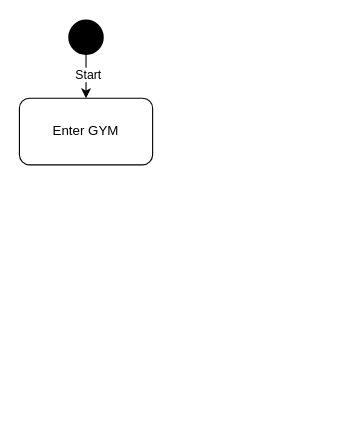
venomxsudo/FCMS keeps this draw.io diagram as FCMS_state_diagram.drawio. Above is the earlier version. Source tidied: cells renumbered, new cells numbered last; positions are measured from the earlier drawing's top-left corner, leaving out a move shared by most shapes. Both pictures are drawn from the tidied source at 111%, with x=0, y=0 at pixel (19, 20).
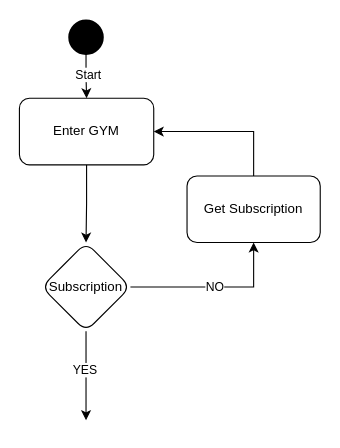
Above is the later version.

What changed in the source:
```diff
@@
 <mxGraphModel>
   <root>
     <mxCell id="0" />
     <mxCell id="1" parent="0" />
+    <mxCell id="6" style="edgeStyle=orthogonalEdgeStyle;rounded=0;jettySize=auto;html=1;" parent="1" edge="1" source="2" target="11">
+      <mxGeometry relative="1" as="geometry" />
+    </mxCell>
     <mxCell id="2" value="Enter GYM" style="rounded=1;whiteSpace=wrap;html=1;" parent="1" vertex="1">
-      <mxGeometry y="70" width="120" height="60" as="geometry" />
+      <mxGeometry y="70" width="121" height="60" as="geometry" />
     </mxCell>
     <mxCell id="3" style="edgeStyle=orthogonalEdgeStyle;rounded=0;jettySize=auto;html=1;exitX=0.5;exitY=1;exitDx=0;exitDy=0;exitPerimeter=0;entryX=0.5;entryY=0;entryDx=0;entryDy=0;" parent="1" edge="1" source="5" target="2">
       <mxGeometry relative="1" as="geometry" />
     </mxCell>
     <mxCell id="4" value="Start" style="edgeLabel;html=1;align=center;verticalAlign=middle;" parent="3" vertex="1">
       <mxGeometry x="-0.1" y="1" relative="1" as="geometry" />
     </mxCell>
     <mxCell id="5" style="strokeWidth=2;html=1;shape=mxgraph.flowchart.start_2;whiteSpace=wrap;fillColor=#000000;" parent="1" vertex="1">
       <mxGeometry x="45" width="30" height="30" as="geometry" />
     </mxCell>
+    <mxCell id="7" style="edgeStyle=orthogonalEdgeStyle;rounded=0;jettySize=auto;html=1;exitX=0.5;exitY=1;exitDx=0;exitDy=0;" parent="1" edge="1" source="11">
+      <mxGeometry relative="1" as="geometry">
+        <mxPoint x="60" y="360" as="targetPoint" />
+      </mxGeometry>
+    </mxCell>
+    <mxCell id="8" value="YES" style="edgeLabel;html=1;align=center;verticalAlign=middle;" parent="7" vertex="1">
+      <mxGeometry x="-0.15" y="-2" relative="1" as="geometry" />
+    </mxCell>
+    <mxCell id="9" style="edgeStyle=orthogonalEdgeStyle;rounded=0;jettySize=auto;html=1;exitX=1;exitY=0.5;exitDx=0;exitDy=0;entryX=0.5;entryY=1;entryDx=0;entryDy=0;" parent="1" edge="1" source="11" target="13">
+      <mxGeometry relative="1" as="geometry" />
+    </mxCell>
+    <mxCell id="10" value="NO" style="edgeLabel;html=1;align=center;verticalAlign=middle;" parent="9" vertex="1">
+      <mxGeometry x="-0.01" y="1" relative="1" as="geometry" />
+    </mxCell>
+    <mxCell id="11" value="Subscription" style="rhombus;whiteSpace=wrap;html=1;rounded=1;" parent="1" vertex="1">
+      <mxGeometry x="20" y="200" width="80" height="80" as="geometry" />
+    </mxCell>
+    <mxCell id="12" style="edgeStyle=orthogonalEdgeStyle;rounded=0;jettySize=auto;html=1;exitX=0.5;exitY=0;exitDx=0;exitDy=0;entryX=1;entryY=0.5;entryDx=0;entryDy=0;" parent="1" edge="1" source="13" target="2">
+      <mxGeometry relative="1" as="geometry" />
+    </mxCell>
+    <mxCell id="13" value="Get Subscription" style="whiteSpace=wrap;html=1;rounded=1;" parent="1" vertex="1">
+      <mxGeometry x="151" y="140" width="120" height="60" as="geometry" />
+    </mxCell>
   </root>
 </mxGraphModel>
```
